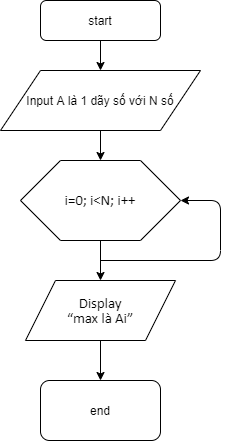
Above: module1/#1.NhapMonLapTrinh/BaiTap/MoTaCauTrucLap/flowchart.png in nguyendacquang/C0220H1_NguyenDacQuang (draw.io), before the change. Source tidied: cells renumbered, new cells last; positions are measured from the earlier drawing's top-left corner, leaving out a move shared by most shapes.
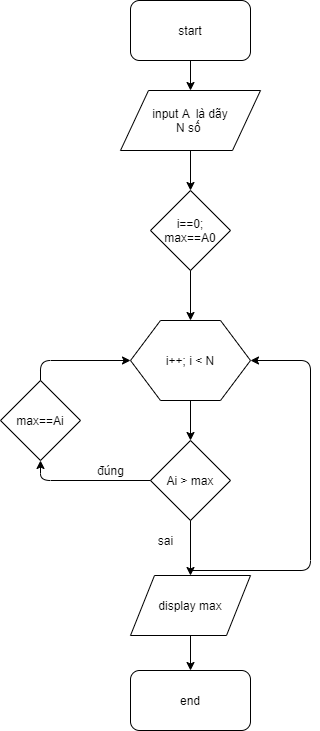
Above is the later version.

What changed in the source:
```diff
@@ -1,44 +1,79 @@
 <mxGraphModel>
   <root>
-    <mxCell id="0" />
-    <mxCell id="1" parent="0" />
+    <mxCell id="12" />
+    <mxCell id="13" parent="12" />
-    <mxCell id="2" value="start" style="rounded=1;whiteSpace=wrap;html=1;" parent="1" vertex="1">
-      <mxGeometry x="40" width="120" height="40" as="geometry" />
+    <mxCell id="2" value="start" style="rounded=1;whiteSpace=wrap;html=1;" parent="13" vertex="1">
+      <mxGeometry x="80" y="-30" width="120" height="60" as="geometry" />
     </mxCell>
-    <mxCell id="3" value="&lt;span style=&quot;font-size: 11.0pt ; line-height: 107% ; font-family: &amp;#34;calibri&amp;#34; , &amp;#34;sans-serif&amp;#34;&quot;&gt;Display&lt;br/&gt;“max là Ai”&lt;/span&gt;" style="shape=parallelogram;perimeter=parallelogramPerimeter;whiteSpace=wrap;html=1;" parent="1" vertex="1">
-      <mxGeometry x="25" y="280" width="150" height="60" as="geometry" />
-    </mxCell>
-    <mxCell id="4" value="&lt;p class=&quot;MsoNormal&quot;&gt;Input A là 1 dãy số với N số&lt;/p&gt;" style="shape=parallelogram;perimeter=parallelogramPerimeter;whiteSpace=wrap;html=1;" parent="1" vertex="1">
-      <mxGeometry y="70" width="200" height="60" as="geometry" />
-    </mxCell>
-    <mxCell id="5" value="&lt;span style=&quot;font-size: 11.0pt ; line-height: 107% ; font-family: &amp;#34;calibri&amp;#34; , &amp;#34;sans-serif&amp;#34;&quot;&gt;i=0; i&amp;lt;N; i++&lt;/span&gt;" style="shape=hexagon;perimeter=hexagonPerimeter2;whiteSpace=wrap;html=1;" parent="1" vertex="1">
-      <mxGeometry x="20" y="160" width="160" height="80" as="geometry" />
-    </mxCell>
+    <mxCell id="14" value="input A&amp;nbsp; là dãy&lt;br&gt;N số&amp;nbsp;" style="shape=parallelogram;perimeter=parallelogramPerimeter;whiteSpace=wrap;html=1;" parent="13" vertex="1">
+      <mxGeometry x="70" y="60" width="140" height="60" as="geometry" />
+    </mxCell>
+    <mxCell id="15" value="i==0;&lt;br&gt;max==A0" style="rhombus;whiteSpace=wrap;html=1;" parent="13" vertex="1">
+      <mxGeometry x="100" y="160" width="80" height="80" as="geometry" />
+    </mxCell>
+    <mxCell id="16" value="i++; i &amp;lt; N" style="shape=hexagon;perimeter=hexagonPerimeter2;whiteSpace=wrap;html=1;" parent="13" vertex="1">
+      <mxGeometry x="80" y="290" width="120" height="80" as="geometry" />
+    </mxCell>
+    <mxCell id="17" value="Ai &amp;gt; max" style="rhombus;whiteSpace=wrap;html=1;" parent="13" vertex="1">
+      <mxGeometry x="100" y="410" width="80" height="80" as="geometry" />
+    </mxCell>
+    <mxCell id="18" value="display max" style="shape=parallelogram;perimeter=parallelogramPerimeter;whiteSpace=wrap;html=1;" parent="13" vertex="1">
+      <mxGeometry x="80" y="545" width="120" height="60" as="geometry" />
+    </mxCell>
-    <mxCell id="6" value="end" style="rounded=1;whiteSpace=wrap;html=1;" parent="1" vertex="1">
-      <mxGeometry x="40" y="380" width="120" height="60" as="geometry" />
+    <mxCell id="6" value="end" style="rounded=1;whiteSpace=wrap;html=1;" parent="13" vertex="1">
+      <mxGeometry x="80" y="640" width="120" height="60" as="geometry" />
     </mxCell>
-    <mxCell id="7" style="endArrow=classic;html=1;exitX=0.5;exitY=1;exitDx=0;exitDy=0;" parent="1" edge="1" source="2">
-      <mxGeometry relative="1" as="geometry">
-        <mxPoint x="100" y="70" as="targetPoint" />
-      </mxGeometry>
-    </mxCell>
-    <mxCell id="8" style="endArrow=classic;html=1;exitX=0.5;exitY=1;exitDx=0;exitDy=0;entryX=0.5;entryY=0;entryDx=0;entryDy=0;" parent="1" edge="1" source="4" target="5">
-      <mxGeometry relative="1" as="geometry" />
-    </mxCell>
-    <mxCell id="9" style="endArrow=classic;html=1;exitX=0.5;exitY=1;exitDx=0;exitDy=0;entryX=0.5;entryY=0;entryDx=0;entryDy=0;" parent="1" edge="1" source="5" target="3">
-      <mxGeometry relative="1" as="geometry" />
-    </mxCell>
-    <mxCell id="10" style="endArrow=classic;html=1;entryX=1;entryY=0.5;entryDx=0;entryDy=0;" parent="1" edge="1" target="5">
-      <mxGeometry relative="1" as="geometry">
-        <mxPoint x="100" y="260" as="sourcePoint" />
-        <Array as="points">
-          <mxPoint x="220" y="260" />
-          <mxPoint x="220" y="200" />
-        </Array>
-      </mxGeometry>
-    </mxCell>
-    <mxCell id="11" style="endArrow=classic;html=1;exitX=0.5;exitY=1;exitDx=0;exitDy=0;entryX=0.5;entryY=0;entryDx=0;entryDy=0;" parent="1" edge="1" source="3" target="6">
-      <mxGeometry relative="1" as="geometry" />
-    </mxCell>
+    <mxCell id="19" value="max==Ai" style="rhombus;whiteSpace=wrap;html=1;" parent="13" vertex="1">
+      <mxGeometry x="-50" y="350" width="80" height="80" as="geometry" />
+    </mxCell>
+    <mxCell id="20" style="endArrow=classic;html=1;exitX=0.5;exitY=1;exitDx=0;exitDy=0;" parent="13" edge="1" source="2" target="14">
+      <mxGeometry relative="1" as="geometry" />
+    </mxCell>
+    <mxCell id="21" style="endArrow=classic;html=1;entryX=0.5;entryY=0;entryDx=0;entryDy=0;" parent="13" edge="1" target="15">
+      <mxGeometry relative="1" as="geometry">
+        <mxPoint x="140" y="120" as="sourcePoint" />
+      </mxGeometry>
+    </mxCell>
+    <mxCell id="22" style="endArrow=classic;html=1;exitX=0.5;exitY=1;exitDx=0;exitDy=0;entryX=0.5;entryY=0;entryDx=0;entryDy=0;" parent="13" edge="1" source="15" target="16">
+      <mxGeometry relative="1" as="geometry" />
+    </mxCell>
+    <mxCell id="23" style="endArrow=classic;html=1;exitX=0.5;exitY=1;exitDx=0;exitDy=0;entryX=0.5;entryY=0;entryDx=0;entryDy=0;" parent="13" edge="1" source="16" target="17">
+      <mxGeometry relative="1" as="geometry" />
+    </mxCell>
+    <mxCell id="24" style="endArrow=classic;html=1;exitX=0.5;exitY=1;exitDx=0;exitDy=0;entryX=0.5;entryY=0;entryDx=0;entryDy=0;" parent="13" edge="1" source="17" target="18">
+      <mxGeometry relative="1" as="geometry" />
+    </mxCell>
+    <mxCell id="25" style="endArrow=classic;html=1;exitX=0;exitY=0.5;exitDx=0;exitDy=0;entryX=0.5;entryY=1;entryDx=0;entryDy=0;" parent="13" edge="1" source="17" target="19">
+      <mxGeometry relative="1" as="geometry">
+        <Array as="points">
+          <mxPoint x="-10" y="450" />
+        </Array>
+      </mxGeometry>
+    </mxCell>
+    <mxCell id="26" style="endArrow=classic;html=1;exitX=0.5;exitY=0;exitDx=0;exitDy=0;entryX=0;entryY=0.5;entryDx=0;entryDy=0;" parent="13" edge="1" source="19" target="16">
+      <mxGeometry relative="1" as="geometry">
+        <Array as="points">
+          <mxPoint x="-10" y="330" />
+        </Array>
+      </mxGeometry>
+    </mxCell>
+    <mxCell id="27" value="đúng&lt;br&gt;" style="text;html=1;align=center;verticalAlign=middle;" parent="13" vertex="1">
+      <mxGeometry x="40" y="430" width="40" height="20" as="geometry" />
+    </mxCell>
+    <mxCell id="28" value="sai&lt;br&gt;" style="text;html=1;align=center;verticalAlign=middle;" parent="13" vertex="1">
+      <mxGeometry x="100" y="500" width="30" height="20" as="geometry" />
+    </mxCell>
+    <mxCell id="29" style="endArrow=classic;html=1;entryX=1;entryY=0.5;entryDx=0;entryDy=0;" parent="13" edge="1" target="16">
+      <mxGeometry relative="1" as="geometry">
+        <mxPoint x="140" y="540" as="sourcePoint" />
+        <Array as="points">
+          <mxPoint x="260" y="540" />
+          <mxPoint x="260" y="330" />
+        </Array>
+      </mxGeometry>
+    </mxCell>
+    <mxCell id="30" style="endArrow=classic;html=1;exitX=0.5;exitY=1;exitDx=0;exitDy=0;entryX=0.5;entryY=0;entryDx=0;entryDy=0;" parent="13" edge="1" source="18" target="6">
+      <mxGeometry relative="1" as="geometry" />
+    </mxCell>
   </root>
 </mxGraphModel>
```
